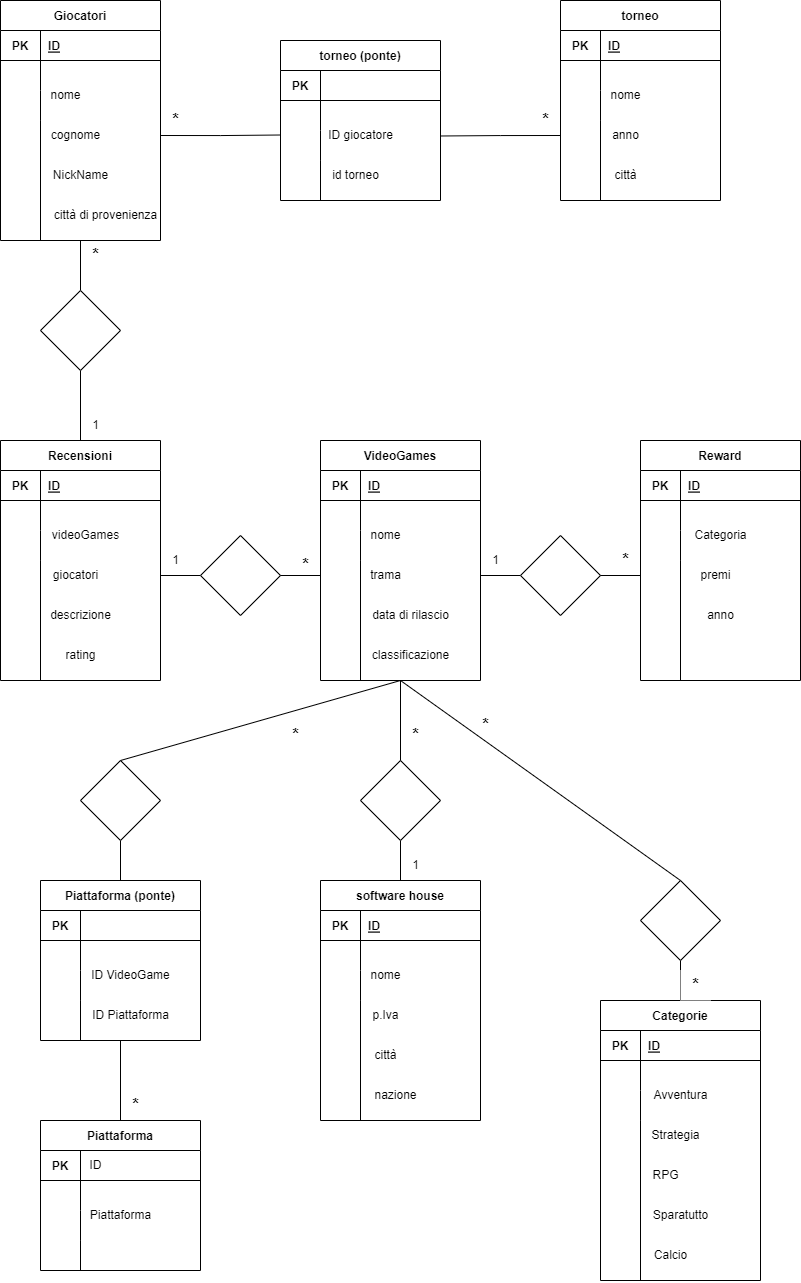
Above: Java E-R.drawio.png in AngeloDima/db-videogames (draw.io), before the change. Source tidied: cells renumbered, new cells last; positions are measured from the earlier drawing's top-left corner, leaving out a move shared by most shapes.
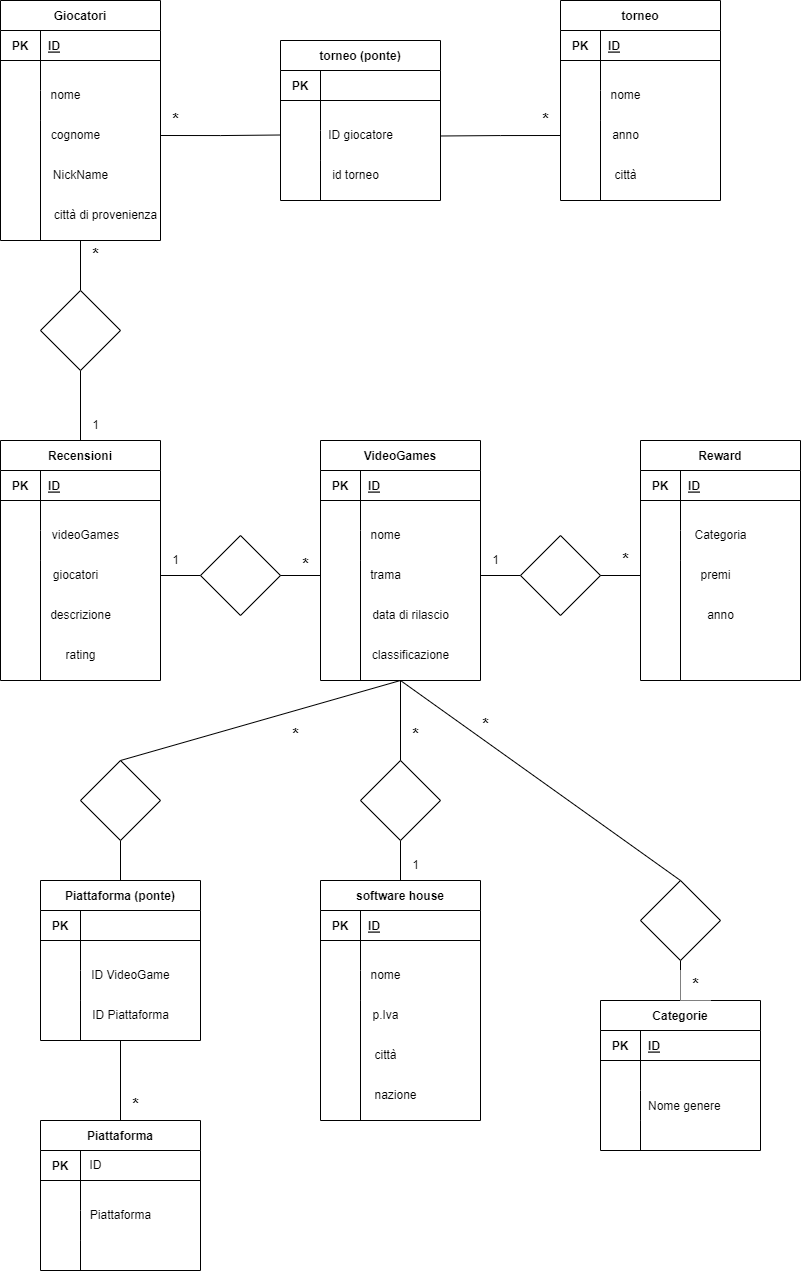
The same file after the commit.

Diff of the diagram source:
```diff
@@ -175,7 +175,7 @@
       <mxGeometry x="80" y="960" width="100" height="30" as="geometry" />
     </mxCell>
     <mxCell id="56" value="Categorie" style="shape=table;startSize=30;rowLines=0;fontStyle=1;align=center;strokeWidth=1;" parent="1" vertex="1">
-      <mxGeometry x="600" y="1000" width="160" height="280" as="geometry" />
+      <mxGeometry x="600" y="1000" width="160" height="150" as="geometry" />
     </mxCell>
     <mxCell id="57" style="shape=tableRow;horizontal=0;startSize=0;swimlaneHead=0;swimlaneBody=0;fillColor=none;top=0;left=0;right=0;bottom=1;strokeWidth=1;" parent="56" vertex="1">
       <mxGeometry y="30" width="160" height="30" as="geometry" />
@@ -201,7 +201,7 @@
     <mxCell id="64" style="shape=partialRectangle;fillColor=none;top=0;left=0;bottom=0;right=0;overflow=hidden;strokeWidth=1;" parent="63" vertex="1">
       <mxGeometry width="40" height="30" as="geometry" />
     </mxCell>
-    <mxCell id="65" style="shape=partialRectangle;fillColor=none;top=0;left=0;bottom=0;right=0;align=left;spacingLeft=6;overflow=hidden;strokeWidth=1;" parent="63" vertex="1">
+    <mxCell id="65" value="Nome genere" style="shape=partialRectangle;fillColor=none;top=0;left=0;bottom=0;right=0;align=left;spacingLeft=6;overflow=hidden;strokeWidth=1;" parent="63" vertex="1">
       <mxGeometry x="40" width="120" height="30" as="geometry" />
     </mxCell>
     <mxCell id="66" style="shape=tableRow;horizontal=0;startSize=0;swimlaneHead=0;swimlaneBody=0;fillColor=none;top=0;left=0;right=0;bottom=0;strokeWidth=1;" parent="56" vertex="1">
@@ -213,26 +213,12 @@
     <mxCell id="68" style="shape=partialRectangle;fillColor=none;top=0;left=0;bottom=0;right=0;align=left;spacingLeft=6;overflow=hidden;strokeWidth=1;" parent="66" vertex="1">
       <mxGeometry x="40" width="120" height="30" as="geometry" />
     </mxCell>
-    <mxCell id="69" style="endArrow=none;html=1;rounded=0;exitX=0.25;exitY=1;exitDx=0;exitDy=0;" parent="1" edge="1" source="56">
+    <mxCell id="69" style="endArrow=none;html=1;rounded=0;" parent="1" edge="1">
       <mxGeometry relative="1" as="geometry">
+        <mxPoint x="640" y="1150" as="sourcePoint" />
         <mxPoint x="640" y="1120" as="targetPoint" />
       </mxGeometry>
     </mxCell>
-    <mxCell id="70" value="RPG" style="text;html=1;align=center;verticalAlign=middle;strokeColor=none;fillColor=none;" parent="1" vertex="1">
-      <mxGeometry x="640" y="1160" width="50" height="30" as="geometry" />
-    </mxCell>
-    <mxCell id="71" value="Strategia" style="text;html=1;align=center;verticalAlign=middle;strokeColor=none;fillColor=none;" parent="1" vertex="1">
-      <mxGeometry x="640" y="1120" width="70" height="30" as="geometry" />
-    </mxCell>
-    <mxCell id="72" value="Avventura" style="text;html=1;align=center;verticalAlign=middle;strokeColor=none;fillColor=none;" parent="1" vertex="1">
-      <mxGeometry x="640" y="1080" width="80" height="30" as="geometry" />
-    </mxCell>
-    <mxCell id="73" value="Sparatutto" style="text;html=1;align=center;verticalAlign=middle;strokeColor=none;fillColor=none;" parent="1" vertex="1">
-      <mxGeometry x="640" y="1200" width="80" height="30" as="geometry" />
-    </mxCell>
-    <mxCell id="74" value="Calcio" style="text;html=1;align=center;verticalAlign=middle;strokeColor=none;fillColor=none;" parent="1" vertex="1">
-      <mxGeometry x="640" y="1240" width="60" height="30" as="geometry" />
-    </mxCell>
     <mxCell id="75" style="edgeStyle=orthogonalEdgeStyle;rounded=0;jettySize=auto;html=1;exitX=0.5;exitY=1;exitDx=0;exitDy=0;entryX=0.5;entryY=0;entryDx=0;entryDy=0;endArrow=none;endFill=0;" parent="1" edge="1" source="76" target="21">
       <mxGeometry relative="1" as="geometry" />
     </mxCell>
```
